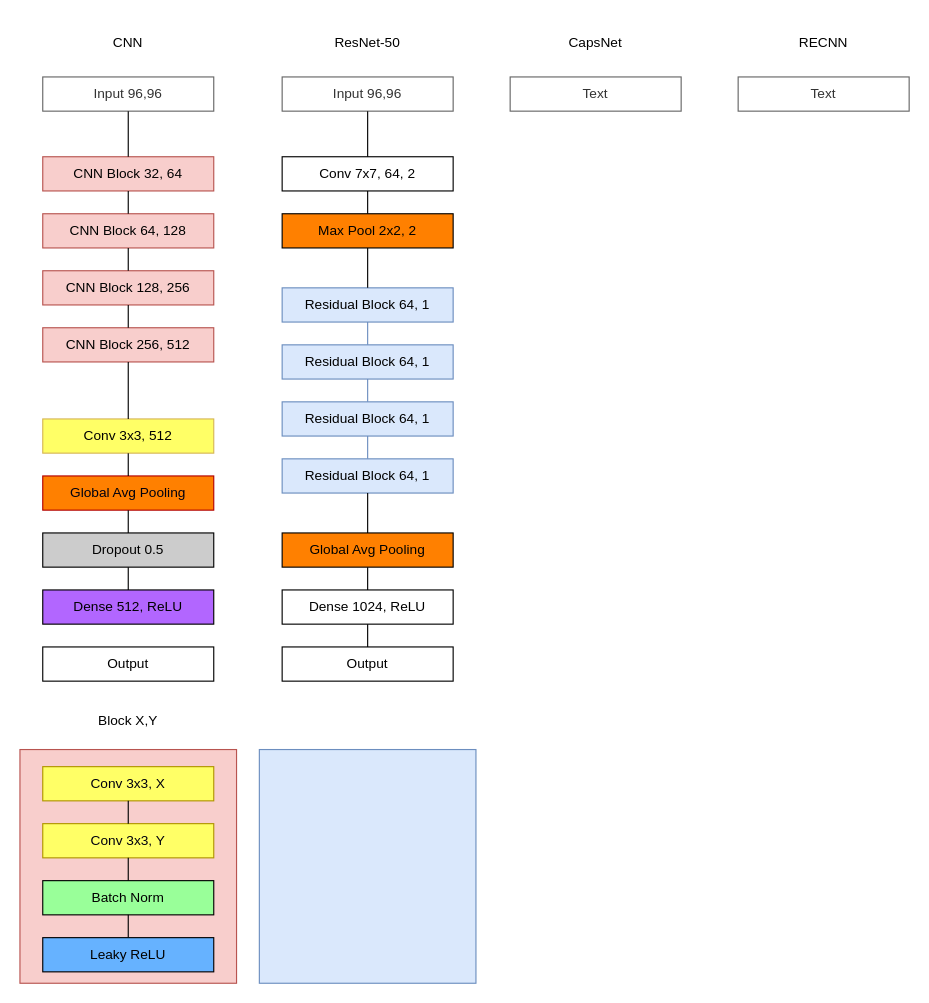
Before: Project/Untitled Diagram.drawio in stephandooper/ismi, a draw.io diagram. Source tidied: cells renumbered, new cells numbered last; positions are measured from the earlier drawing's top-left corner, leaving out a move shared by most shapes. Both pictures are drawn from the tidied source at 114%, with x=0, y=0 at pixel (19, 19).
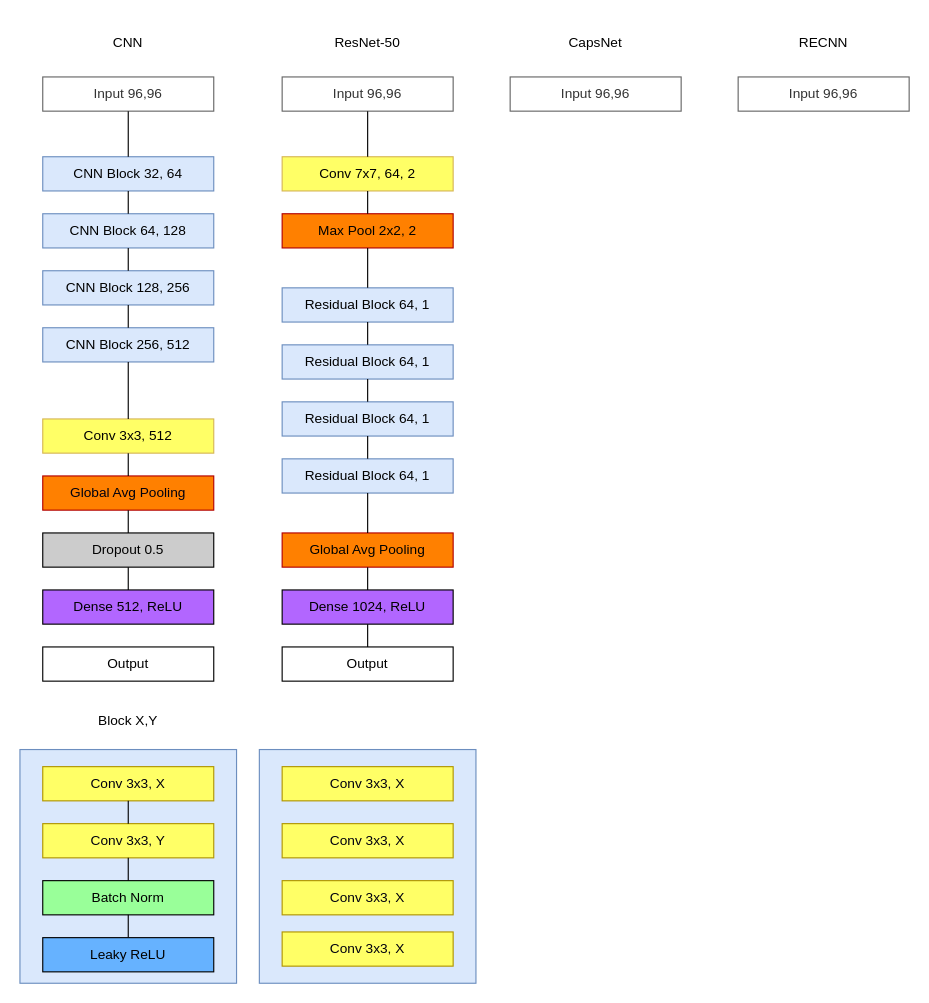
After the change.

Unchanged cells that the change refers to:
```xml
<mxCell id="38" value="Residual Block 64, 1" style="rounded=0;whiteSpace=wrap;html=1;fillColor=#dae8fc;strokeColor=#6c8ebf;" parent="1" vertex="1">
  <mxGeometry x="230" y="235" width="150" height="30" as="geometry" />
</mxCell>
<mxCell id="39" value="Residual Block 64, 1" style="rounded=0;whiteSpace=wrap;html=1;fillColor=#dae8fc;strokeColor=#6c8ebf;" parent="1" vertex="1">
  <mxGeometry x="230" y="285" width="150" height="30" as="geometry" />
</mxCell>
<mxCell id="40" value="Residual Block 64, 1" style="rounded=0;whiteSpace=wrap;html=1;fillColor=#dae8fc;strokeColor=#6c8ebf;" parent="1" vertex="1">
  <mxGeometry x="230" y="335" width="150" height="30" as="geometry" />
</mxCell>
<mxCell id="41" value="Residual Block 64, 1" style="rounded=0;whiteSpace=wrap;html=1;fillColor=#dae8fc;strokeColor=#6c8ebf;" parent="1" vertex="1">
  <mxGeometry x="230" y="385" width="150" height="30" as="geometry" />
</mxCell>
```

Change to the diagram source:
```diff
@@
-    <mxCell id="2" style="rounded=0;whiteSpace=wrap;html=1;fillColor=#f8cecc;strokeColor=#b85450;" parent="1" vertex="1">
+    <mxCell id="2" style="rounded=0;whiteSpace=wrap;html=1;fillColor=#dae8fc;strokeColor=#6c8ebf;" parent="1" vertex="1">
       <mxGeometry y="640" width="190" height="205" as="geometry" />
     </mxCell>
@@
-    <mxCell id="5" value="Text" style="text;html=1;strokeColor=#666666;fillColor=#FFFFFF;align=center;verticalAlign=middle;whiteSpace=wrap;rounded=0;fontColor=#333333;" parent="1" vertex="1">
+    <mxCell id="5" value="Input 96,96" style="text;html=1;strokeColor=#666666;fillColor=#FFFFFF;align=center;verticalAlign=middle;whiteSpace=wrap;rounded=0;fontColor=#333333;" parent="1" vertex="1">
       <mxGeometry x="430" y="50" width="150" height="30" as="geometry" />
     </mxCell>
@@
-    <mxCell id="9" value="Text" style="text;html=1;strokeColor=#666666;fillColor=#FFFFFF;align=center;verticalAlign=middle;whiteSpace=wrap;rounded=0;fontColor=#333333;" parent="1" vertex="1">
+    <mxCell id="9" value="Input 96,96" style="text;html=1;strokeColor=#666666;fillColor=#FFFFFF;align=center;verticalAlign=middle;whiteSpace=wrap;rounded=0;fontColor=#333333;" parent="1" vertex="1">
       <mxGeometry x="630" y="50" width="150" height="30" as="geometry" />
     </mxCell>
@@
-    <mxCell id="17" value="CNN Block 32, 64" style="rounded=0;whiteSpace=wrap;html=1;fillColor=#f8cecc;strokeColor=#b85450;" parent="1" vertex="1">
+    <mxCell id="17" value="CNN Block 32, 64" style="rounded=0;whiteSpace=wrap;html=1;fillColor=#dae8fc;strokeColor=#6c8ebf;" parent="1" vertex="1">
       <mxGeometry x="20" y="120" width="150" height="30" as="geometry" />
     </mxCell>
-    <mxCell id="18" value="CNN Block 64, 128" style="rounded=0;whiteSpace=wrap;html=1;fillColor=#f8cecc;strokeColor=#b85450;" parent="1" vertex="1">
+    <mxCell id="18" value="CNN Block 64, 128" style="rounded=0;whiteSpace=wrap;html=1;fillColor=#dae8fc;strokeColor=#6c8ebf;" parent="1" vertex="1">
       <mxGeometry x="20" y="170" width="150" height="30" as="geometry" />
     </mxCell>
-    <mxCell id="19" value="CNN Block 128, 256" style="rounded=0;whiteSpace=wrap;html=1;fillColor=#f8cecc;strokeColor=#b85450;" parent="1" vertex="1">
+    <mxCell id="19" value="CNN Block 128, 256" style="rounded=0;whiteSpace=wrap;html=1;fillColor=#dae8fc;strokeColor=#6c8ebf;" parent="1" vertex="1">
       <mxGeometry x="20" y="220" width="150" height="30" as="geometry" />
     </mxCell>
-    <mxCell id="20" value="Conv 3x3, 512" style="rounded=0;whiteSpace=wrap;html=1;fillColor=#FFFF66;strokeColor=#d6b656;" parent="1" vertex="1">
+    <mxCell id="20" value="Conv 3x3, 512" style="rounded=0;whiteSpace=wrap;html=1;fillColor=#FFFF66;strokeColor=#D6B656;" parent="1" vertex="1">
       <mxGeometry x="20" y="350" width="150" height="30" as="geometry" />
     </mxCell>
@@
-    <mxCell id="30" style="endArrow=none;html=1;entryX=0.5;entryY=1;entryDx=0;entryDy=0;exitX=0.5;exitY=0;exitDx=0;exitDy=0;" parent="1" edge="1" source="18" target="17">
+    <mxCell id="30" style="endArrow=none;html=1;entryX=0.5;entryY=1;entryDx=0;entryDy=0;exitX=0.5;exitY=0;exitDx=0;exitDy=0;fillColor=#dae8fc;strokeColor=#000000;" parent="1" edge="1" source="18" target="17">
       <mxGeometry relative="1" as="geometry" />
     </mxCell>
-    <mxCell id="31" style="endArrow=none;html=1;entryX=0.5;entryY=1;entryDx=0;entryDy=0;exitX=0.5;exitY=0;exitDx=0;exitDy=0;" parent="1" edge="1" source="19" target="18">
+    <mxCell id="31" style="endArrow=none;html=1;entryX=0.5;entryY=1;entryDx=0;entryDy=0;exitX=0.5;exitY=0;exitDx=0;exitDy=0;fillColor=#dae8fc;strokeColor=#000000;" parent="1" edge="1" source="19" target="18">
       <mxGeometry relative="1" as="geometry" />
     </mxCell>
-    <mxCell id="32" value="CNN Block 256, 512" style="rounded=0;whiteSpace=wrap;html=1;fillColor=#f8cecc;strokeColor=#b85450;" parent="1" vertex="1">
+    <mxCell id="32" value="CNN Block 256, 512" style="rounded=0;whiteSpace=wrap;html=1;fillColor=#dae8fc;strokeColor=#6c8ebf;" parent="1" vertex="1">
       <mxGeometry x="20" y="270" width="150" height="30" as="geometry" />
     </mxCell>
-    <mxCell id="33" style="endArrow=none;html=1;entryX=0.5;entryY=1;entryDx=0;entryDy=0;exitX=0.5;exitY=0;exitDx=0;exitDy=0;" parent="1" edge="1" source="32" target="19">
+    <mxCell id="33" style="endArrow=none;html=1;entryX=0.5;entryY=1;entryDx=0;entryDy=0;exitX=0.5;exitY=0;exitDx=0;exitDy=0;fillColor=#dae8fc;strokeColor=#000000;" parent="1" edge="1" source="32" target="19">
       <mxGeometry relative="1" as="geometry" />
     </mxCell>
@@
-    <mxCell id="36" value="&lt;div&gt;Conv 7x7, 64, 2&lt;/div&gt;" style="rounded=0;whiteSpace=wrap;html=1;fillColor=#FFFFFF;gradientColor=none;" parent="1" vertex="1">
+    <mxCell id="36" value="&lt;div&gt;Conv 7x7, 64, 2&lt;/div&gt;" style="rounded=0;whiteSpace=wrap;html=1;fillColor=#FFFF66;gradientColor=none;strokeColor=#D6B656;" parent="1" vertex="1">
       <mxGeometry x="230" y="120" width="150" height="30" as="geometry" />
     </mxCell>
-    <mxCell id="37" value="Max Pool 2x2, 2" style="rounded=0;whiteSpace=wrap;html=1;fillColor=#FF8000;gradientColor=none;" parent="1" vertex="1">
+    <mxCell id="37" value="Max Pool 2x2, 2" style="rounded=0;whiteSpace=wrap;html=1;fillColor=#FF8000;gradientColor=none;strokeColor=#B20000;" parent="1" vertex="1">
       <mxGeometry x="230" y="170" width="150" height="30" as="geometry" />
     </mxCell>
@@
-    <mxCell id="42" value="Dense 1024, ReLU" style="rounded=0;whiteSpace=wrap;html=1;fillColor=#FFFFFF;gradientColor=none;" parent="1" vertex="1">
+    <mxCell id="42" value="Dense 1024, ReLU" style="rounded=0;whiteSpace=wrap;html=1;fillColor=#B266FF;gradientColor=none;" parent="1" vertex="1">
       <mxGeometry x="230" y="500" width="150" height="30" as="geometry" />
     </mxCell>
-    <mxCell id="43" value="Global Avg Pooling" style="rounded=0;whiteSpace=wrap;html=1;fillColor=#FF8000;gradientColor=none;" parent="1" vertex="1">
+    <mxCell id="43" value="Global Avg Pooling" style="rounded=0;whiteSpace=wrap;html=1;fillColor=#FF8000;gradientColor=none;strokeColor=#B20000;" parent="1" vertex="1">
       <mxGeometry x="230" y="450" width="150" height="30" as="geometry" />
     </mxCell>
@@
-    <mxCell id="49" style="endArrow=none;html=1;entryX=0.5;entryY=0;entryDx=0;entryDy=0;exitX=0.5;exitY=1;exitDx=0;exitDy=0;fillColor=#dae8fc;strokeColor=#6c8ebf;" parent="1" edge="1" source="38" target="39">
+    <mxCell id="49" style="endArrow=none;html=1;entryX=0.5;entryY=0;entryDx=0;entryDy=0;exitX=0.5;exitY=1;exitDx=0;exitDy=0;fillColor=#dae8fc;strokeColor=#000000;" parent="1" edge="1" source="38" target="39">
       <mxGeometry relative="1" as="geometry" />
     </mxCell>
-    <mxCell id="50" style="endArrow=none;html=1;entryX=0.5;entryY=1;entryDx=0;entryDy=0;exitX=0.5;exitY=0;exitDx=0;exitDy=0;fillColor=#dae8fc;strokeColor=#6c8ebf;" parent="1" edge="1" source="40" target="39">
+    <mxCell id="50" style="endArrow=none;html=1;entryX=0.5;entryY=1;entryDx=0;entryDy=0;exitX=0.5;exitY=0;exitDx=0;exitDy=0;fillColor=#dae8fc;strokeColor=#000000;" parent="1" edge="1" source="40" target="39">
       <mxGeometry relative="1" as="geometry" />
     </mxCell>
-    <mxCell id="51" style="endArrow=none;html=1;entryX=0.5;entryY=0;entryDx=0;entryDy=0;exitX=0.5;exitY=1;exitDx=0;exitDy=0;fillColor=#dae8fc;strokeColor=#6c8ebf;" parent="1" edge="1" source="40" target="41">
+    <mxCell id="51" style="endArrow=none;html=1;entryX=0.5;entryY=0;entryDx=0;entryDy=0;exitX=0.5;exitY=1;exitDx=0;exitDy=0;fillColor=#dae8fc;strokeColor=#000000;" parent="1" edge="1" source="40" target="41">
       <mxGeometry relative="1" as="geometry" />
     </mxCell>
@@
+    <mxCell id="55" value="&lt;font color=&quot;#00000F&quot;&gt;Conv 3x3, X&lt;/font&gt;" style="rounded=0;whiteSpace=wrap;html=1;fillColor=#FFFF66;strokeColor=#B09500;fontColor=#ffffff;" parent="1" vertex="1">
+      <mxGeometry x="230" y="655" width="150" height="30" as="geometry" />
+    </mxCell>
+    <mxCell id="56" value="&lt;font color=&quot;#00000F&quot;&gt;Conv 3x3, X&lt;/font&gt;" style="rounded=0;whiteSpace=wrap;html=1;fillColor=#FFFF66;strokeColor=#B09500;fontColor=#ffffff;" parent="1" vertex="1">
+      <mxGeometry x="230" y="705" width="150" height="30" as="geometry" />
+    </mxCell>
+    <mxCell id="57" value="&lt;font color=&quot;#00000F&quot;&gt;Conv 3x3, X&lt;/font&gt;" style="rounded=0;whiteSpace=wrap;html=1;fillColor=#FFFF66;strokeColor=#B09500;fontColor=#ffffff;" parent="1" vertex="1">
+      <mxGeometry x="230" y="755" width="150" height="30" as="geometry" />
+    </mxCell>
+    <mxCell id="58" value="&lt;font color=&quot;#00000F&quot;&gt;Conv 3x3, X&lt;/font&gt;" style="rounded=0;whiteSpace=wrap;html=1;fillColor=#FFFF66;strokeColor=#B09500;fontColor=#ffffff;" parent="1" vertex="1">
+      <mxGeometry x="230" y="800" width="150" height="30" as="geometry" />
+    </mxCell>
```
